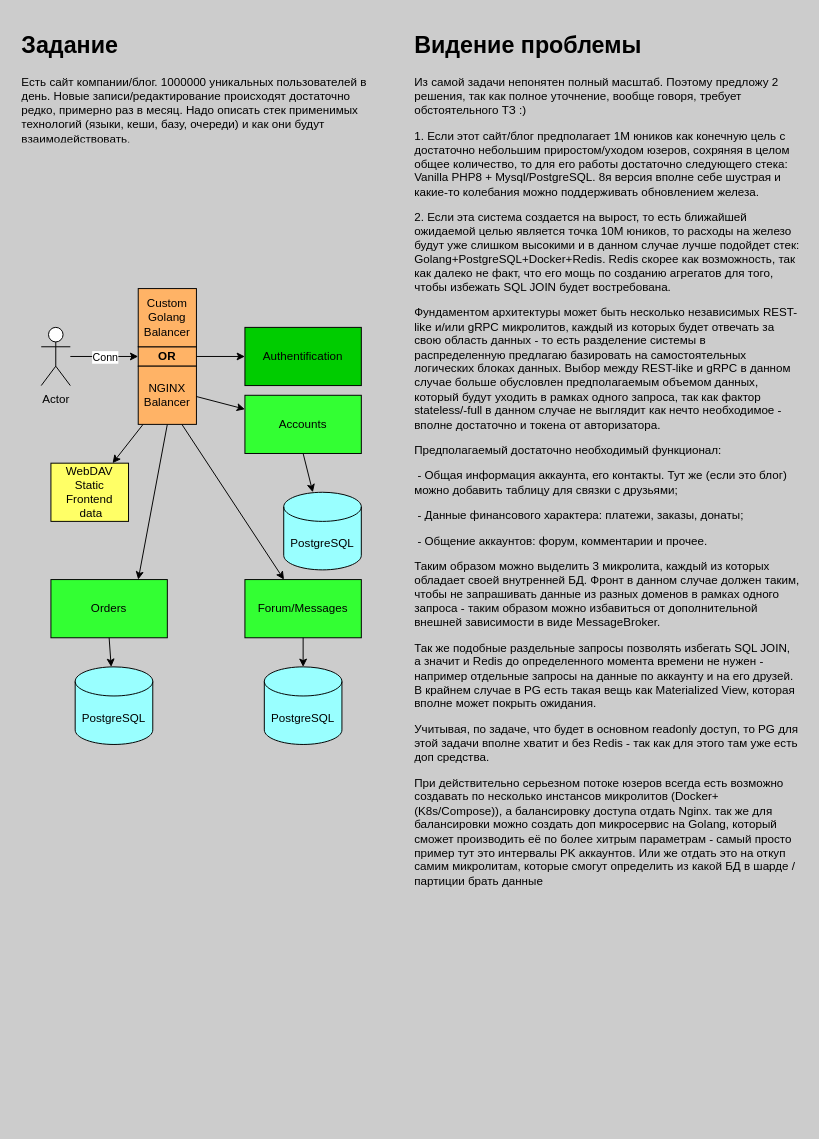
The draw.io diagram Untitled Diagram.drawio in trashgen/tech_interview, before the edit. Source tidied: cells renumbered, new cells numbered last; positions are measured from the earlier drawing's top-left corner, leaving out a move shared by most shapes. Both pictures are drawn from the tidied source at 97%, with x=0, y=0 at pixel (16, 26).
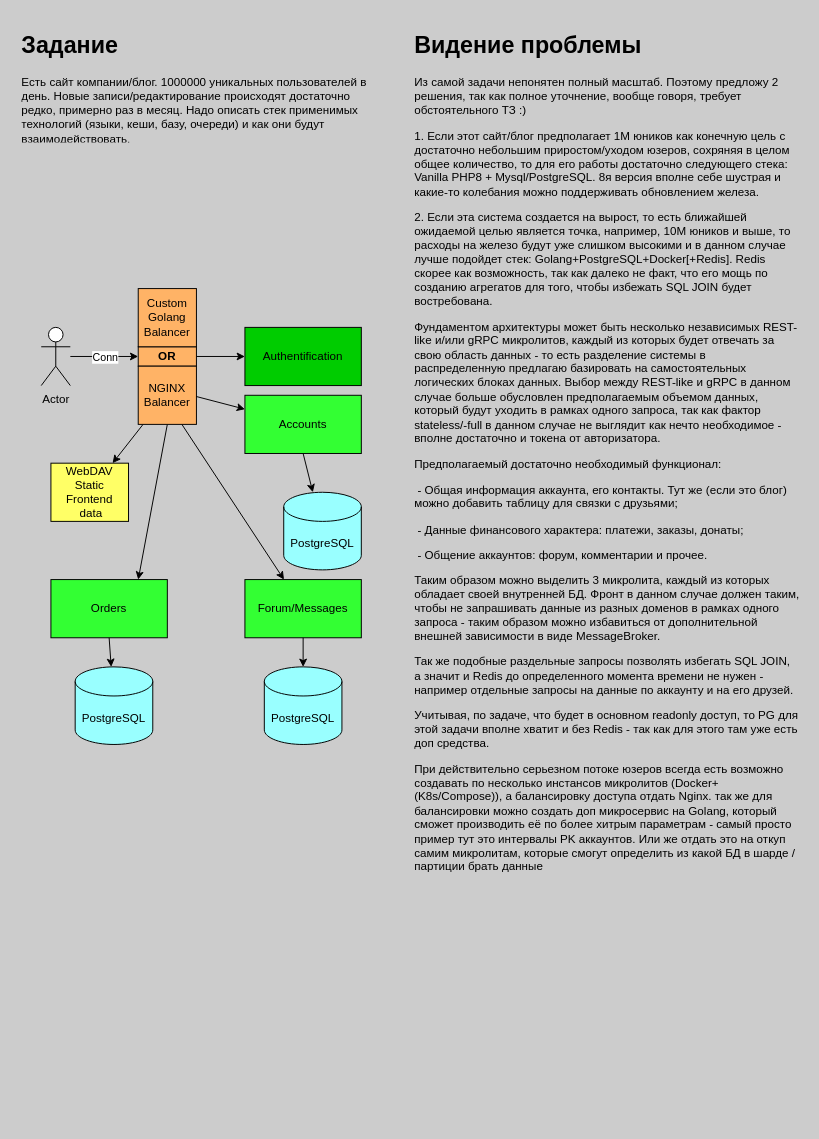
Above is the later version.

Change to the diagram source:
```diff
@@
-    <mxCell id="4" value="&lt;h1&gt;Видение проблемы&lt;/h1&gt;&lt;p&gt;Из самой задачи непонятен полный масштаб. Поэтому предложу 2 решения, так как полное уточнение, вообще говоря, требует обстоятельного ТЗ :)&lt;/p&gt;&lt;p&gt;1. Если этот сайт/блог предполагает 1М юников как конечную цель с достаточно небольшим приростом/уходом юзеров, сохряняя в целом общее количество, то для его работы достаточно следующего стека: Vanilla PHP8 + Mysql/PostgreSQL. 8я версия вполне себе шустрая и какие-то колебания можно поддерживать обновлением железа.&lt;/p&gt;&lt;p&gt;2. Если эта система создается на вырост, то есть ближайшей ожидаемой целью является точка 10М юников, то расходы на железо будут уже слишком высокими и в данном случае лучше подойдет стек: Golang+PostgreSQL+Docker+Redis. Redis скорее как возможность, так как далеко не факт, что его мощь по созданию агрегатов для того, чтобы избежать SQL JOIN будет востребована.&lt;/p&gt;&lt;p&gt;Фундаментом архитектуры может быть несколько независимых REST-like и/или gRPC микролитов, каждый из которых будет отвечать за свою область данных - то есть разделение системы в распределенную предлагаю базировать на самостоятельных логических блоках данных. Выбор между REST-like и gRPC в данном случае больше обусловлен предполагаемым объемом данных, который будут уходить в рамках одного запроса, так как фактор stateless/-full в данном случае не выглядит как нечто необходимое - вполне достаточно и токена от авторизатора.&lt;/p&gt;&lt;p&gt;Предполагаемый достаточно необходимый функционал:&lt;/p&gt;&lt;p&gt;&amp;nbsp;- Общая информация аккаунта, его контакты. Тут же (если это блог) можно добавить таблицу для связки с друзьями;&lt;/p&gt;&lt;p&gt;&amp;nbsp;- Данные финансового характера: платежи, заказы, донаты;&lt;/p&gt;&lt;p&gt;&amp;nbsp;- Общение аккаунтов: форум, комментарии и прочее.&lt;/p&gt;&lt;p&gt;Таким образом можно выделить 3 микролита, каждый из которых обладает своей внутренней БД. Фронт в данном случае должен таким, чтобы не запрашивать данные из разных доменов в рамках одного запроса - таким образом можно избавиться от дополнительной внешней зависимости в виде MessageBroker.&amp;nbsp;&lt;/p&gt;&lt;p&gt;Так же подобные раздельные запросы позволять избегать SQL JOIN, а значит и Redis до определенного момента времени не нужен - например отдельные запросы на данные по аккаунту и на его друзей. В крайнем случае в PG есть такая вещь как Materialized View, которая вполне может покрыть ожидания.&lt;/p&gt;&lt;p&gt;Учитывая, по задаче, что будет в основном readonly доступ, то PG для этой задачи вполне хватит и без Redis - так как для этого там уже есть доп средства.&lt;/p&gt;&lt;p&gt;При действительно серьезном потоке юзеров всегда есть возможно создавать по несколько инстансов микролитов (Docker+(K8s/Compose)), а балансировку доступа отдать Nginx. так же для балансировки можно создать доп микросервис на Golang, который сможет производить её по более хитрым параметрам - самый просто пример тут это интервалы PK аккаунтов. Или же отдать это на откуп самим микролитам, которые смогут определить из какой БД в шарде /партиции брать данные&lt;/p&gt;" style="text;html=1;strokeColor=none;fillColor=none;spacing=5;spacingTop=-20;whiteSpace=wrap;overflow=hidden;rounded=0;" parent="1" vertex="1">
+    <mxCell id="4" value="&lt;h1&gt;Видение проблемы&lt;/h1&gt;&lt;p&gt;Из самой задачи непонятен полный масштаб. Поэтому предложу 2 решения, так как полное уточнение, вообще говоря, требует обстоятельного ТЗ :)&lt;/p&gt;&lt;p&gt;1. Если этот сайт/блог предполагает 1М юников как конечную цель с достаточно небольшим приростом/уходом юзеров, сохряняя в целом общее количество, то для его работы достаточно следующего стека: Vanilla PHP8 + Mysql/PostgreSQL. 8я версия вполне себе шустрая и какие-то колебания можно поддерживать обновлением железа.&lt;/p&gt;&lt;p&gt;2. Если эта система создается на вырост, то есть ближайшей ожидаемой целью является точка, например, 10М юников и выше, то расходы на железо будут уже слишком высокими и в данном случае лучше подойдет стек: Golang+PostgreSQL+Docker[+Redis]. Redis скорее как возможность, так как далеко не факт, что его мощь по созданию агрегатов для того, чтобы избежать SQL JOIN будет востребована.&lt;/p&gt;&lt;p&gt;Фундаментом архитектуры может быть несколько независимых REST-like и/или gRPC микролитов, каждый из которых будет отвечать за свою область данных - то есть разделение системы в распределенную предлагаю базировать на самостоятельных логических блоках данных. Выбор между REST-like и gRPC в данном случае больше обусловлен предполагаемым объемом данных, который будут уходить в рамках одного запроса, так как фактор stateless/-full в данном случае не выглядит как нечто необходимое - вполне достаточно и токена от авторизатора.&lt;/p&gt;&lt;p&gt;Предполагаемый достаточно необходимый функционал:&lt;/p&gt;&lt;p&gt;&amp;nbsp;- Общая информация аккаунта, его контакты. Тут же (если это блог) можно добавить таблицу для связки с друзьями;&lt;/p&gt;&lt;p&gt;&amp;nbsp;- Данные финансового характера: платежи, заказы, донаты;&lt;/p&gt;&lt;p&gt;&amp;nbsp;- Общение аккаунтов: форум, комментарии и прочее.&lt;/p&gt;&lt;p&gt;Таким образом можно выделить 3 микролита, каждый из которых обладает своей внутренней БД. Фронт в данном случае должен таким, чтобы не запрашивать данные из разных доменов в рамках одного запроса - таким образом можно избавиться от дополнительной внешней зависимости в виде MessageBroker.&amp;nbsp;&lt;/p&gt;&lt;p&gt;Так же подобные раздельные запросы позволять избегать SQL JOIN, а значит и Redis до определенного момента времени не нужен - например отдельные запросы на данные по аккаунту и на его друзей.&lt;/p&gt;&lt;p&gt;Учитывая, по задаче, что будет в основном readonly доступ, то PG для этой задачи вполне хватит и без Redis - так как для этого там уже есть доп средства.&lt;/p&gt;&lt;p&gt;При действительно серьезном потоке юзеров всегда есть возможно создавать по несколько инстансов микролитов (Docker+(K8s/Compose)), а балансировку доступа отдать Nginx. так же для балансировки можно создать доп микросервис на Golang, который сможет производить её по более хитрым параметрам - самый просто пример тут это интервалы PK аккаунтов. Или же отдать это на откуп самим микролитам, которые смогут определить из какой БД в шарде /партиции брать данные&lt;/p&gt;" style="text;html=1;strokeColor=none;fillColor=none;spacing=5;spacingTop=-20;whiteSpace=wrap;overflow=hidden;rounded=0;" parent="1" vertex="1">
       <mxGeometry x="405" width="405" height="1130" as="geometry" />
     </mxCell>
```
